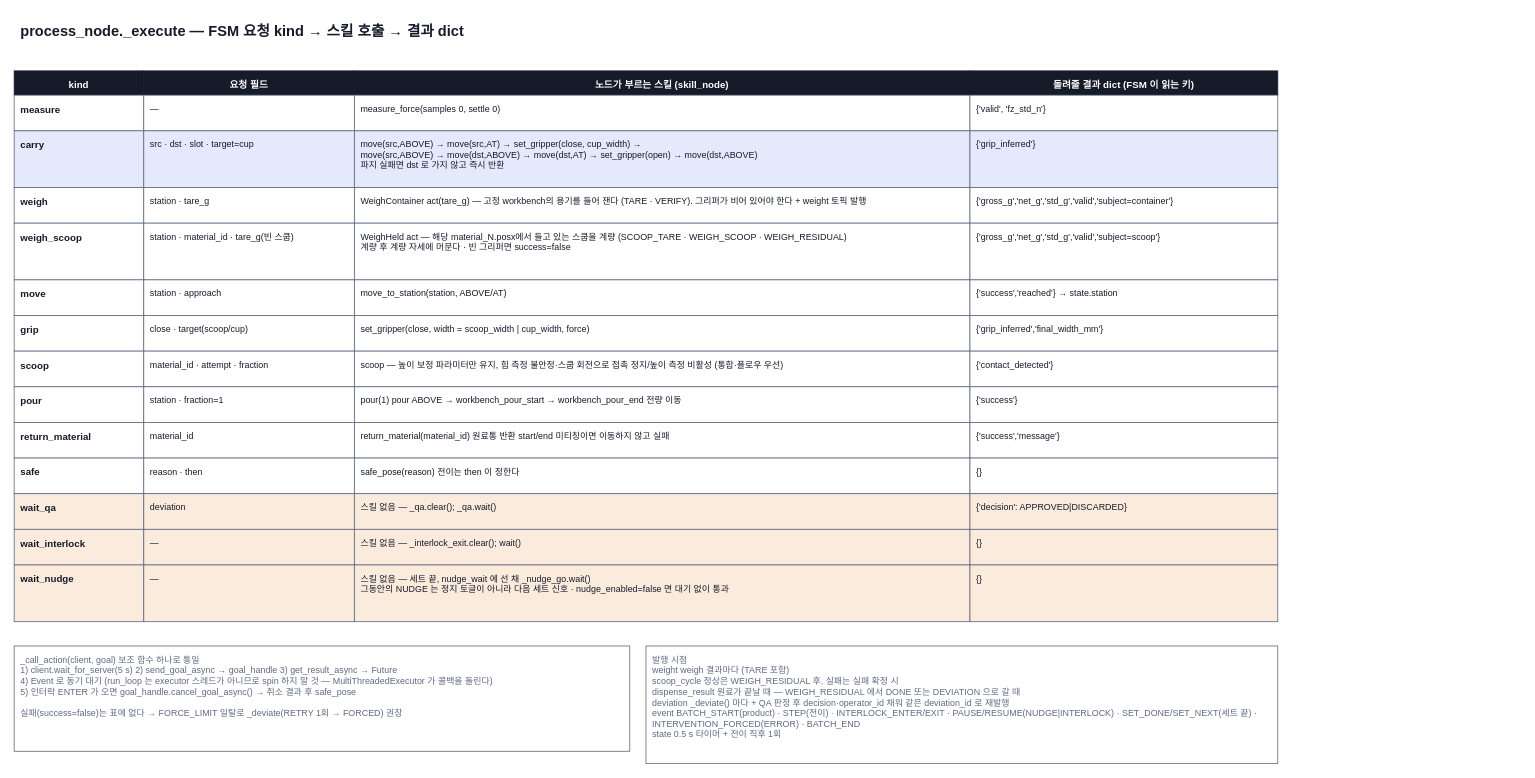
Jik-Kim/auto-pharmacist keeps this draw.io diagram as page "3 요청↔스킬 번역 (_execute)" (3 of 4) of docs/diagrams/process_flow.drawio. Above is the earlier version. Source tidied: cells renumbered, new cells numbered last; positions are measured from the earlier drawing's top-left corner, leaving out a move shared by most shapes. Both pictures are drawn from the tidied source at 81%, with x=0, y=0 at pixel (14, 14).
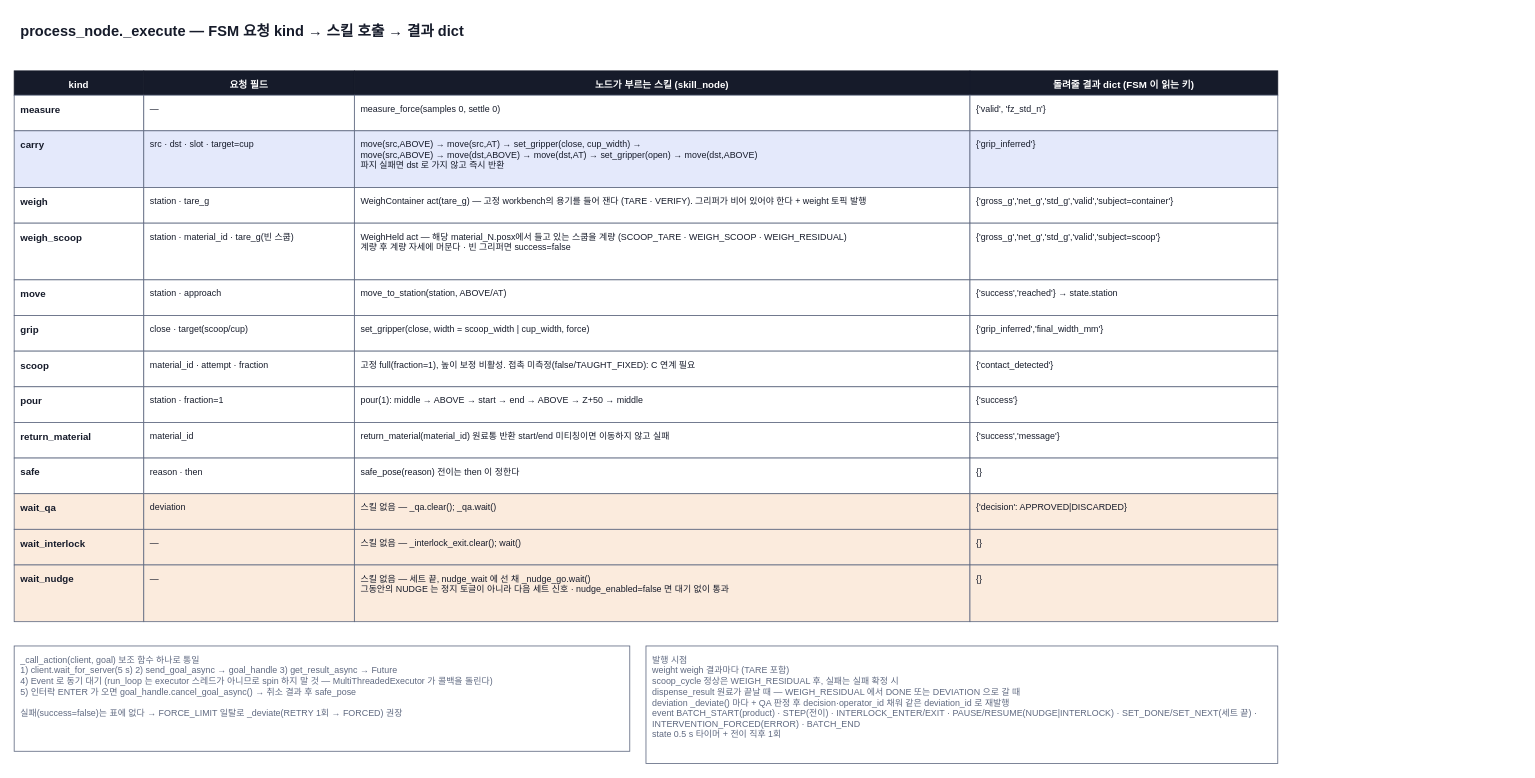
After the change.

Change to the diagram source:
```diff
@@
-    <mxCell id="33" value="scoop — 높이 보정 파라미터만 유지, 힘 측정 불안정·스쿱 회전으로 접촉 정지/높이 측정 비활성 (통합·플로우 우선)" style="rounded=0;whiteSpace=wrap;html=1;fillColor=#FFFFFF;strokeColor=#5F6980;fontColor=#161B2A;fontSize=11;align=left;verticalAlign=top;spacingTop=4;spacingLeft=6;spacingRight=6;" parent="1" vertex="1">
+    <mxCell id="33" value="고정 full(fraction=1), 높이 보정 비활성. 접촉 미측정(false/TAUGHT_FIXED): C 연계 필요" style="rounded=0;whiteSpace=wrap;html=1;fillColor=#FFFFFF;strokeColor=#5F6980;fontColor=#161B2A;fontSize=11;align=left;verticalAlign=top;spacingTop=4;spacingLeft=6;spacingRight=6;" parent="1" vertex="1">
       <mxGeometry x="420" y="416" width="760" height="44" as="geometry" />
     </mxCell>
@@
-    <mxCell id="37" value="pour(1)   pour ABOVE → workbench_pour_start → workbench_pour_end 전량 이동" style="rounded=0;whiteSpace=wrap;html=1;fillColor=#FFFFFF;strokeColor=#5F6980;fontColor=#161B2A;fontSize=11;align=left;verticalAlign=top;spacingTop=4;spacingLeft=6;spacingRight=6;" parent="1" vertex="1">
+    <mxCell id="37" value="pour(1): middle → ABOVE → start → end → ABOVE → Z+50 → middle" style="rounded=0;whiteSpace=wrap;html=1;fillColor=#FFFFFF;strokeColor=#5F6980;fontColor=#161B2A;fontSize=11;align=left;verticalAlign=top;spacingTop=4;spacingLeft=6;spacingRight=6;" parent="1" vertex="1">
       <mxGeometry x="420" y="460" width="760" height="44" as="geometry" />
     </mxCell>
```
